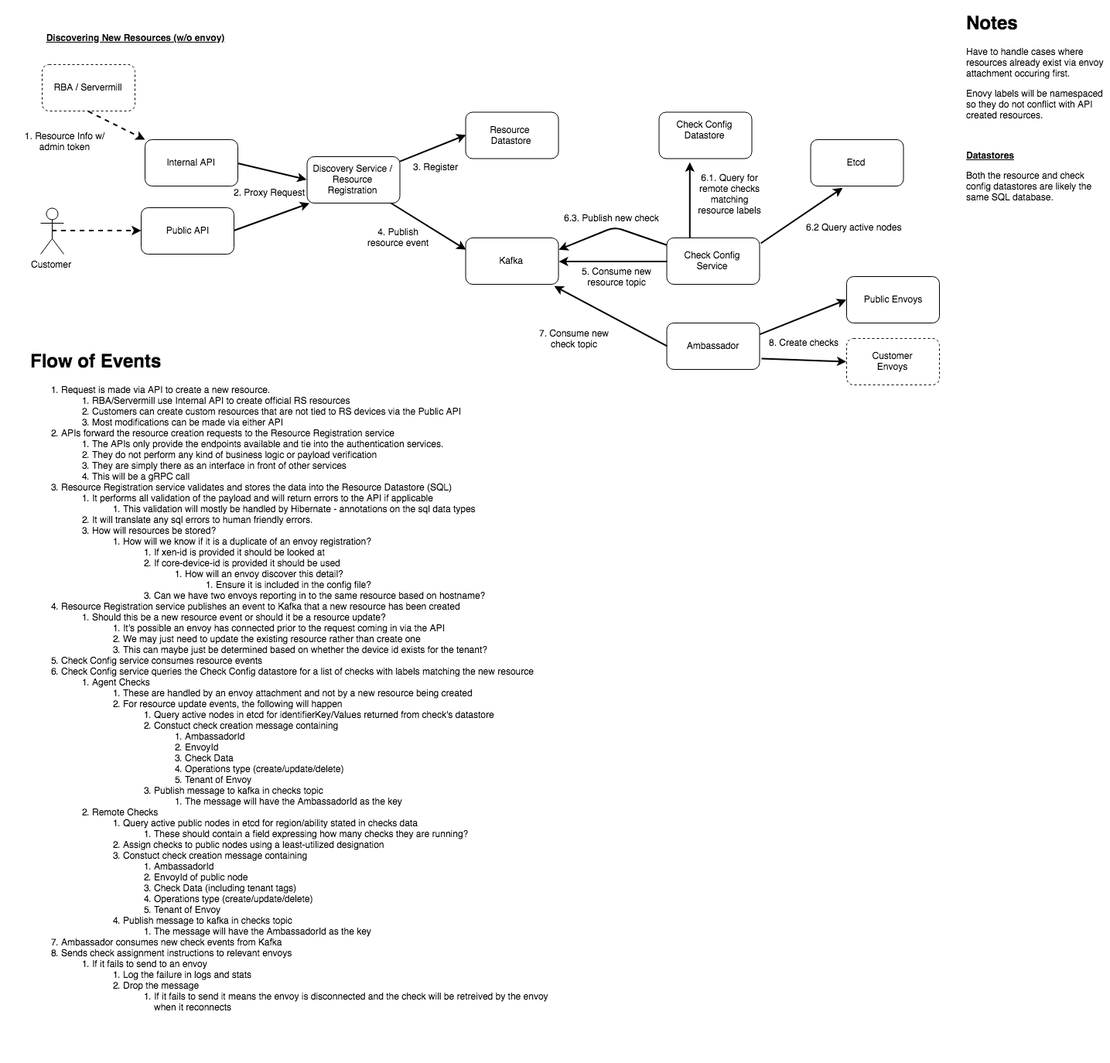
Before: docs/resource-creation-api.drawio.png, a diagram exported from draw.io (racker/salus-telemetry-bundle). Source tidied: cells renumbered, new cells last; positions are measured from the earlier drawing's top-left corner, leaving out a move shared by most shapes.
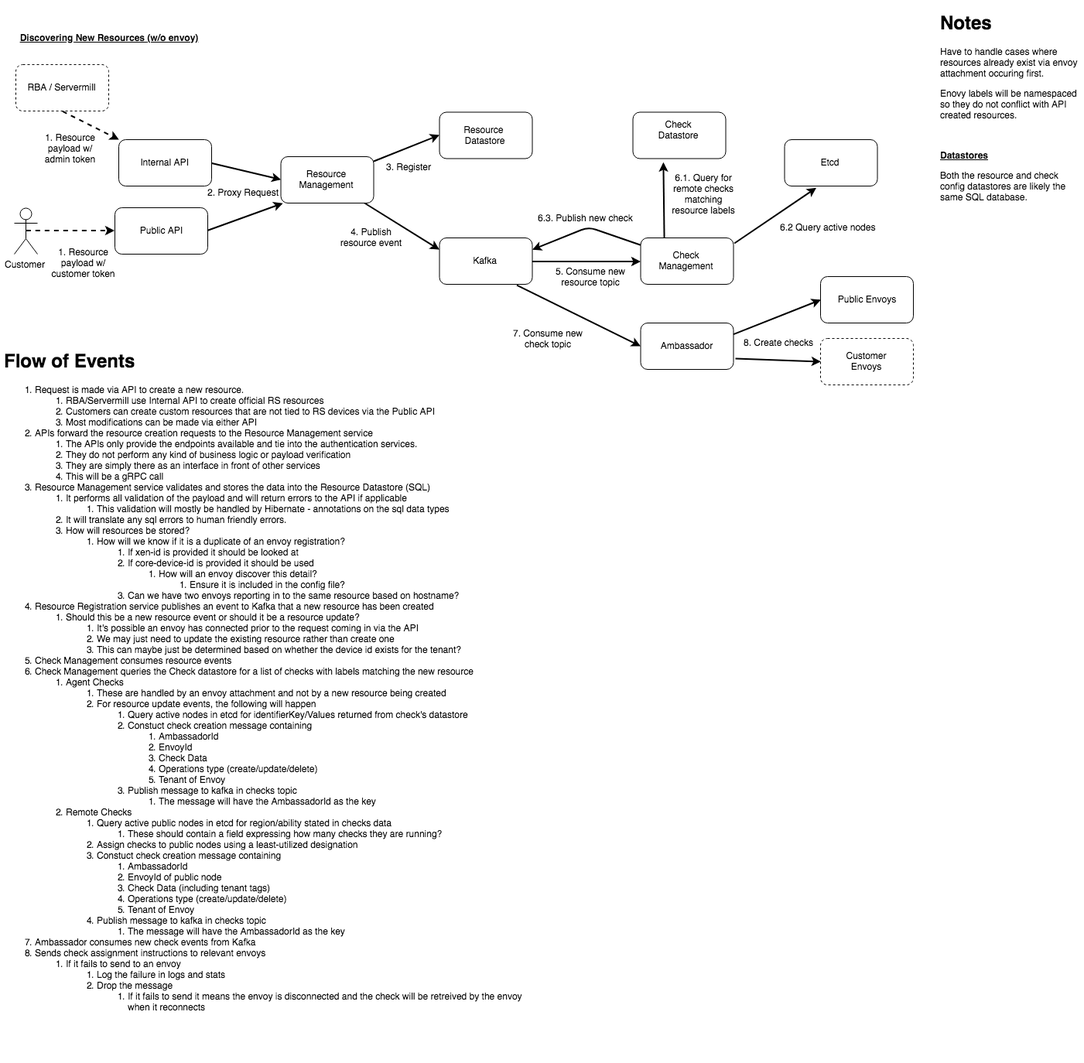
The same file after the commit.

The edit, as a diff of the source:
```diff
@@ -2,7 +2,7 @@
   <root>
     <mxCell id="0" />
     <mxCell id="1" parent="0" />
-    <mxCell id="2" value="Discovery Service / Resource Registration&lt;br&gt;" style="rounded=1;whiteSpace=wrap;html=1;" parent="1" vertex="1">
+    <mxCell id="2" value="Resource Management&lt;br&gt;" style="rounded=1;whiteSpace=wrap;html=1;" parent="1" vertex="1">
       <mxGeometry x="396.5" y="192" width="120" height="60" as="geometry" />
     </mxCell>
     <mxCell id="3" value="RBA / Servermill" style="rounded=1;whiteSpace=wrap;html=1;dashed=1;" parent="1" vertex="1">
@@ -11,8 +11,8 @@
     <mxCell id="4" style="endArrow=classic;html=1;dashed=1;strokeWidth=2;exitX=0.5;exitY=1;" parent="1" edge="1" source="3" target="23">
       <mxGeometry relative="1" as="geometry" />
     </mxCell>
-    <mxCell id="5" value="1. Resource Info w/&lt;br&gt;admin token" style="text;html=1;strokeColor=none;fillColor=#ffffff;align=center;verticalAlign=middle;whiteSpace=wrap;rounded=0;dashed=1;" parent="1" vertex="1">
-      <mxGeometry x="0.5" y="164.5" width="163" height="15" as="geometry" />
+    <mxCell id="5" value="1. Resource payload w/&lt;br&gt;admin token" style="text;html=1;strokeColor=none;fillColor=#ffffff;align=center;verticalAlign=middle;whiteSpace=wrap;rounded=0;dashed=1;" parent="1" vertex="1">
+      <mxGeometry x="90" y="161" width="69" height="39" as="geometry" />
     </mxCell>
     <mxCell id="6" value="Resource &lt;br&gt;Datastore&lt;br&gt;" style="rounded=1;whiteSpace=wrap;html=1;fillColor=#ffffff;" parent="1" vertex="1">
       <mxGeometry x="601.5" y="134.5" width="120" height="60" as="geometry" />
@@ -35,10 +35,10 @@
     <mxCell id="12" value="4. Publish resource event&lt;br&gt;&lt;br&gt;" style="text;html=1;strokeColor=none;fillColor=none;align=center;verticalAlign=middle;whiteSpace=wrap;rounded=0;" parent="1" vertex="1">
       <mxGeometry x="471.5" y="288" width="85" height="30" as="geometry" />
     </mxCell>
-    <mxCell id="13" value="Check Config&lt;br&gt;Service&lt;br&gt;" style="rounded=1;whiteSpace=wrap;html=1;fillColor=#ffffff;" parent="1" vertex="1">
+    <mxCell id="13" value="Check&lt;br&gt;Management&lt;br&gt;" style="rounded=1;whiteSpace=wrap;html=1;fillColor=#ffffff;" parent="1" vertex="1">
       <mxGeometry x="861.5" y="297" width="120" height="60" as="geometry" />
     </mxCell>
-    <mxCell id="14" style="endArrow=classic;html=1;strokeWidth=2;exitX=0;exitY=0.5;entryX=1;entryY=0.5;" parent="1" edge="1" source="13" target="10">
+    <mxCell id="14" style="endArrow=classic;html=1;strokeWidth=2;exitX=1;exitY=0.5;entryX=0;entryY=0.5;" parent="1" edge="1" source="10" target="13">
       <mxGeometry relative="1" as="geometry" />
     </mxCell>
     <mxCell id="15" value="5. Consume new resource topic" style="text;html=1;strokeColor=none;fillColor=none;align=center;verticalAlign=middle;whiteSpace=wrap;rounded=0;" parent="1" vertex="1">
@@ -47,7 +47,7 @@
     <mxCell id="16" style="endArrow=classic;html=1;strokeWidth=2;exitX=0.25;exitY=0;entryX=0.333;entryY=1.075;entryPerimeter=0;" parent="1" edge="1" source="13" target="17">
       <mxGeometry relative="1" as="geometry" />
     </mxCell>
-    <mxCell id="17" value="Check Config&lt;br&gt;Datastore&lt;br&gt;&lt;br&gt;" style="rounded=1;whiteSpace=wrap;html=1;fillColor=#ffffff;" parent="1" vertex="1">
+    <mxCell id="17" value="Check&lt;br&gt;Datastore&lt;br&gt;&lt;br&gt;" style="rounded=1;whiteSpace=wrap;html=1;fillColor=#ffffff;" parent="1" vertex="1">
       <mxGeometry x="851.5" y="134.5" width="120" height="60" as="geometry" />
     </mxCell>
     <mxCell id="18" value="6.1. Query for remote checks matching resource labels" style="text;html=1;strokeColor=none;fillColor=none;align=center;verticalAlign=middle;whiteSpace=wrap;rounded=0;" parent="1" vertex="1">
@@ -63,7 +63,7 @@
     <mxCell id="20" value="Ambassador&lt;br&gt;" style="rounded=1;whiteSpace=wrap;html=1;fillColor=#ffffff;" parent="1" vertex="1">
       <mxGeometry x="861.5" y="407" width="120" height="60" as="geometry" />
     </mxCell>
-    <mxCell id="21" style="endArrow=classic;html=1;strokeWidth=2;entryX=0.958;entryY=1.033;exitX=0;exitY=0.5;entryPerimeter=0;" parent="1" edge="1" source="20" target="10">
+    <mxCell id="21" style="endArrow=classic;html=1;strokeWidth=2;exitX=0.837;exitY=1.019;exitPerimeter=0;entryX=0;entryY=0.5;" parent="1" edge="1" source="10" target="20">
       <mxGeometry relative="1" as="geometry" />
     </mxCell>
     <mxCell id="22" value="7. Consume new check topic" style="text;html=1;strokeColor=none;fillColor=none;align=center;verticalAlign=middle;whiteSpace=wrap;rounded=0;" parent="1" vertex="1">
@@ -96,7 +96,7 @@
     <mxCell id="31" value="Public Envoys" style="rounded=1;whiteSpace=wrap;html=1;" parent="1" vertex="1">
       <mxGeometry x="1094" y="347" width="120" height="60" as="geometry" />
     </mxCell>
-    <mxCell id="32" value="&lt;h1&gt;Flow of Events&lt;/h1&gt;&lt;p&gt;&lt;/p&gt;&lt;ol&gt;&lt;li&gt;Request is made via API to create a new resource.&lt;br&gt;&lt;/li&gt;&lt;ol&gt;&lt;li&gt;RBA/Servermill use Internal API to create official RS resources&lt;/li&gt;&lt;li&gt;Customers can create custom resources that are not tied to RS devices via the Public API&lt;/li&gt;&lt;li&gt;Most modifications can be made via either API&lt;/li&gt;&lt;/ol&gt;&lt;li&gt;APIs forward the resource creation requests to the Resource Registration service&lt;/li&gt;&lt;ol&gt;&lt;li&gt;The APIs only provide the endpoints available and tie into the authentication services.&lt;/li&gt;&lt;li&gt;They do not perform any kind of business logic or payload verification&lt;/li&gt;&lt;li&gt;They are simply there as an interface in front of other services&lt;/li&gt;&lt;li&gt;This will be a gRPC call&lt;/li&gt;&lt;/ol&gt;&lt;li&gt;Resource Registration service validates and stores the data into the Resource Datastore (SQL)&lt;/li&gt;&lt;ol&gt;&lt;li&gt;It performs all validation of the payload and will return errors to the API if applicable&lt;/li&gt;&lt;ol&gt;&lt;li&gt;This validation will mostly be handled by Hibernate - annotations on the sql data types&lt;/li&gt;&lt;/ol&gt;&lt;li&gt;It will translate any sql errors to human friendly errors.&lt;/li&gt;&lt;li&gt;How will resources be stored?&lt;/li&gt;&lt;ol&gt;&lt;li&gt;How will we know if it is a duplicate of an envoy registration?&lt;/li&gt;&lt;ol&gt;&lt;li&gt;If xen-id is provided it should be looked at&lt;/li&gt;&lt;li&gt;If core-device-id is provided it should be used&lt;/li&gt;&lt;ol&gt;&lt;li&gt;How will an envoy discover this detail?&lt;/li&gt;&lt;ol&gt;&lt;li&gt;Ensure it is included in the config file?&lt;/li&gt;&lt;/ol&gt;&lt;/ol&gt;&lt;li&gt;Can we have two envoys reporting in to the same resource based on hostname?&lt;/li&gt;&lt;/ol&gt;&lt;/ol&gt;&lt;/ol&gt;&lt;li&gt;Resource Registration service publishes an event to Kafka that a new resource has been created&lt;/li&gt;&lt;ol&gt;&lt;li&gt;Should this be a new resource event or should it be a resource update?&lt;/li&gt;&lt;ol&gt;&lt;li&gt;It's possible an envoy has connected prior to the request coming in via the API&lt;/li&gt;&lt;li&gt;We may just need to update the existing resource rather than create one&lt;/li&gt;&lt;li&gt;This can maybe just be determined based on whether the device id exists for the tenant?&lt;/li&gt;&lt;/ol&gt;&lt;/ol&gt;&lt;li&gt;Check Config service consumes resource events&lt;/li&gt;&lt;li&gt;Check Config service&amp;nbsp;queries the Check Config datastore for a list of checks with labels matching the new resource&lt;br&gt;&lt;/li&gt;&lt;ol&gt;&lt;li&gt;Agent Checks&lt;/li&gt;&lt;ol&gt;&lt;li&gt;These are handled by an envoy attachment and not by a new resource being created&lt;/li&gt;&lt;li&gt;For resource update events, the following will happen&lt;/li&gt;&lt;ol&gt;&lt;li&gt;Query active nodes in etcd for identifierKey/Values returned from check's datastore&lt;/li&gt;&lt;li&gt;Constuct check creation message containing&lt;/li&gt;&lt;ol&gt;&lt;li&gt;AmbassadorId&lt;/li&gt;&lt;li&gt;EnvoyId&lt;/li&gt;&lt;li&gt;Check Data&lt;/li&gt;&lt;li&gt;Operations type (create/update/delete)&lt;/li&gt;&lt;li&gt;Tenant of Envoy&lt;/li&gt;&lt;/ol&gt;&lt;li&gt;Publish message to kafka in checks topic&amp;nbsp;&lt;br&gt;&lt;/li&gt;&lt;ol&gt;&lt;li&gt;The message will have the AmbassadorId as the key&lt;/li&gt;&lt;/ol&gt;&lt;/ol&gt;&lt;/ol&gt;&lt;li&gt;Remote Checks&lt;/li&gt;&lt;ol&gt;&lt;li&gt;Query active public nodes in etcd for region/ability stated in checks data&lt;/li&gt;&lt;ol&gt;&lt;li&gt;These should contain a field expressing how many checks they are running?&lt;/li&gt;&lt;/ol&gt;&lt;li&gt;Assign checks to public nodes using a least-utilized designation&lt;/li&gt;&lt;li&gt;Constuct check creation message containing&lt;/li&gt;&lt;ol&gt;&lt;li&gt;AmbassadorId&lt;/li&gt;&lt;li&gt;EnvoyId of public node&lt;/li&gt;&lt;li&gt;Check Data (including tenant tags)&lt;/li&gt;&lt;li&gt;Operations type (create/update/delete)&lt;/li&gt;&lt;li&gt;Tenant of Envoy&lt;/li&gt;&lt;/ol&gt;&lt;li&gt;Publish message to kafka in checks topic&lt;br&gt;&lt;/li&gt;&lt;ol&gt;&lt;li&gt;The message will have the AmbassadorId as the key&lt;/li&gt;&lt;/ol&gt;&lt;/ol&gt;&lt;/ol&gt;&lt;li&gt;Ambassador consumes new check events from Kafka&lt;/li&gt;&lt;li&gt;Sends check assignment instructions to relevant envoys&lt;/li&gt;&lt;ol&gt;&lt;li&gt;If it fails to send to an envoy&lt;/li&gt;&lt;ol&gt;&lt;li&gt;Log the failure in logs and stats&lt;/li&gt;&lt;li&gt;Drop the message&lt;/li&gt;&lt;ol&gt;&lt;li&gt;If it fails to send it means the envoy is disconnected and the check will be retreived by the envoy when it reconnects&lt;/li&gt;&lt;/ol&gt;&lt;/ol&gt;&lt;/ol&gt;&lt;/ol&gt;&lt;p&gt;&lt;/p&gt;" style="text;html=1;strokeColor=none;fillColor=none;spacing=5;spacingTop=-20;whiteSpace=wrap;overflow=hidden;rounded=0;dashed=1;" parent="1" vertex="1">
+    <mxCell id="32" value="&lt;h1&gt;Flow of Events&lt;/h1&gt;&lt;p&gt;&lt;/p&gt;&lt;ol&gt;&lt;li&gt;Request is made via API to create a new resource.&lt;br&gt;&lt;/li&gt;&lt;ol&gt;&lt;li&gt;RBA/Servermill use Internal API to create official RS resources&lt;/li&gt;&lt;li&gt;Customers can create custom resources that are not tied to RS devices via the Public API&lt;/li&gt;&lt;li&gt;Most modifications can be made via either API&lt;/li&gt;&lt;/ol&gt;&lt;li&gt;APIs forward the resource creation requests to the Resource Management service&lt;/li&gt;&lt;ol&gt;&lt;li&gt;The APIs only provide the endpoints available and tie into the authentication services.&lt;/li&gt;&lt;li&gt;They do not perform any kind of business logic or payload verification&lt;/li&gt;&lt;li&gt;They are simply there as an interface in front of other services&lt;/li&gt;&lt;li&gt;This will be a gRPC call&lt;/li&gt;&lt;/ol&gt;&lt;li&gt;Resource Management service validates and stores the data into the Resource Datastore (SQL)&lt;/li&gt;&lt;ol&gt;&lt;li&gt;It performs all validation of the payload and will return errors to the API if applicable&lt;/li&gt;&lt;ol&gt;&lt;li&gt;This validation will mostly be handled by Hibernate - annotations on the sql data types&lt;/li&gt;&lt;/ol&gt;&lt;li&gt;It will translate any sql errors to human friendly errors.&lt;/li&gt;&lt;li&gt;How will resources be stored?&lt;/li&gt;&lt;ol&gt;&lt;li&gt;How will we know if it is a duplicate of an envoy registration?&lt;/li&gt;&lt;ol&gt;&lt;li&gt;If xen-id is provided it should be looked at&lt;/li&gt;&lt;li&gt;If core-device-id is provided it should be used&lt;/li&gt;&lt;ol&gt;&lt;li&gt;How will an envoy discover this detail?&lt;/li&gt;&lt;ol&gt;&lt;li&gt;Ensure it is included in the config file?&lt;/li&gt;&lt;/ol&gt;&lt;/ol&gt;&lt;li&gt;Can we have two envoys reporting in to the same resource based on hostname?&lt;/li&gt;&lt;/ol&gt;&lt;/ol&gt;&lt;/ol&gt;&lt;li&gt;Resource Registration service publishes an event to Kafka that a new resource has been created&lt;/li&gt;&lt;ol&gt;&lt;li&gt;Should this be a new resource event or should it be a resource update?&lt;/li&gt;&lt;ol&gt;&lt;li&gt;It's possible an envoy has connected prior to the request coming in via the API&lt;/li&gt;&lt;li&gt;We may just need to update the existing resource rather than create one&lt;/li&gt;&lt;li&gt;This can maybe just be determined based on whether the device id exists for the tenant?&lt;/li&gt;&lt;/ol&gt;&lt;/ol&gt;&lt;li&gt;Check Management consumes resource events&lt;/li&gt;&lt;li&gt;Check Management&amp;nbsp;queries the Check datastore for a list of checks with labels matching the new resource&lt;br&gt;&lt;/li&gt;&lt;ol&gt;&lt;li&gt;Agent Checks&lt;/li&gt;&lt;ol&gt;&lt;li&gt;These are handled by an envoy attachment and not by a new resource being created&lt;/li&gt;&lt;li&gt;For resource update events, the following will happen&lt;/li&gt;&lt;ol&gt;&lt;li&gt;Query active nodes in etcd for identifierKey/Values returned from check's datastore&lt;/li&gt;&lt;li&gt;Constuct check creation message containing&lt;/li&gt;&lt;ol&gt;&lt;li&gt;AmbassadorId&lt;/li&gt;&lt;li&gt;EnvoyId&lt;/li&gt;&lt;li&gt;Check Data&lt;/li&gt;&lt;li&gt;Operations type (create/update/delete)&lt;/li&gt;&lt;li&gt;Tenant of Envoy&lt;/li&gt;&lt;/ol&gt;&lt;li&gt;Publish message to kafka in checks topic&amp;nbsp;&lt;br&gt;&lt;/li&gt;&lt;ol&gt;&lt;li&gt;The message will have the AmbassadorId as the key&lt;/li&gt;&lt;/ol&gt;&lt;/ol&gt;&lt;/ol&gt;&lt;li&gt;Remote Checks&lt;/li&gt;&lt;ol&gt;&lt;li&gt;Query active public nodes in etcd for region/ability stated in checks data&lt;/li&gt;&lt;ol&gt;&lt;li&gt;These should contain a field expressing how many checks they are running?&lt;/li&gt;&lt;/ol&gt;&lt;li&gt;Assign checks to public nodes using a least-utilized designation&lt;/li&gt;&lt;li&gt;Constuct check creation message containing&lt;/li&gt;&lt;ol&gt;&lt;li&gt;AmbassadorId&lt;/li&gt;&lt;li&gt;EnvoyId of public node&lt;/li&gt;&lt;li&gt;Check Data (including tenant tags)&lt;/li&gt;&lt;li&gt;Operations type (create/update/delete)&lt;/li&gt;&lt;li&gt;Tenant of Envoy&lt;/li&gt;&lt;/ol&gt;&lt;li&gt;Publish message to kafka in checks topic&lt;br&gt;&lt;/li&gt;&lt;ol&gt;&lt;li&gt;The message will have the AmbassadorId as the key&lt;/li&gt;&lt;/ol&gt;&lt;/ol&gt;&lt;/ol&gt;&lt;li&gt;Ambassador consumes new check events from Kafka&lt;/li&gt;&lt;li&gt;Sends check assignment instructions to relevant envoys&lt;/li&gt;&lt;ol&gt;&lt;li&gt;If it fails to send to an envoy&lt;/li&gt;&lt;ol&gt;&lt;li&gt;Log the failure in logs and stats&lt;/li&gt;&lt;li&gt;Drop the message&lt;/li&gt;&lt;ol&gt;&lt;li&gt;If it fails to send it means the envoy is disconnected and the check will be retreived by the envoy when it reconnects&lt;/li&gt;&lt;/ol&gt;&lt;/ol&gt;&lt;/ol&gt;&lt;/ol&gt;&lt;p&gt;&lt;/p&gt;" style="text;html=1;strokeColor=none;fillColor=none;spacing=5;spacingTop=-20;whiteSpace=wrap;overflow=hidden;rounded=0;dashed=1;" parent="1" vertex="1">
       <mxGeometry x="34" y="437" width="680" height="926" as="geometry" />
     </mxCell>
     <mxCell id="33" value="2. Proxy Request&lt;br&gt;&lt;br&gt;" style="text;html=1;align=left;verticalAlign=top;spacingTop=-4;" parent="1" vertex="1">
@@ -125,5 +125,8 @@
     <mxCell id="40" value="6.2 Query active nodes" style="text;html=1;align=left;verticalAlign=top;spacingTop=-4;" parent="1" vertex="1">
       <mxGeometry x="1040" y="274" width="140" height="20" as="geometry" />
     </mxCell>
+    <mxCell id="41" value="1. Resource payload w/&lt;br&gt;customer token" style="text;html=1;strokeColor=none;fillColor=#ffffff;align=center;verticalAlign=middle;whiteSpace=wrap;rounded=0;dashed=1;" parent="1" vertex="1">
+      <mxGeometry x="94" y="321.5" width="95" height="15" as="geometry" />
+    </mxCell>
   </root>
 </mxGraphModel>
```
